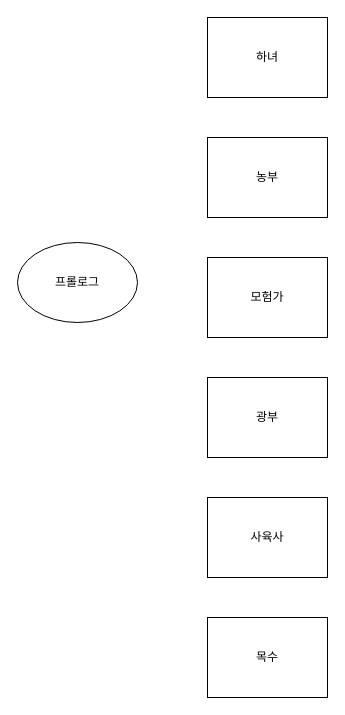
Earlier version of the draw.io diagram 스토리다이어그램.drawio (dlwlstjs/welcome-to-starting-village). Source tidied: cells renumbered, new cells numbered last; positions are measured from the earlier drawing's top-left corner, leaving out a move shared by most shapes. Both pictures are drawn from the tidied source at 100%, with x=0, y=0 at pixel (17, 17).
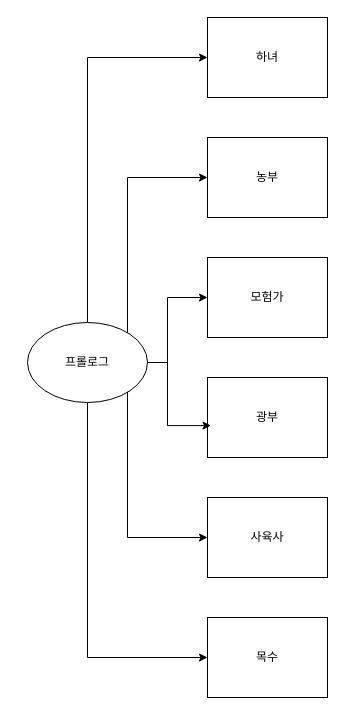
Above is the later version.

Commit message (it also covers changes not shown here):
스토리다이어그램.drawio 업데이트

The change refers to these unchanged cells:
```xml
<mxCell id="3" value="하녀" style="rounded=0;whiteSpace=wrap;html=1;" parent="1" vertex="1">
  <mxGeometry x="190" width="120" height="80" as="geometry" />
</mxCell>
<mxCell id="4" value="광부" style="rounded=0;whiteSpace=wrap;html=1;" parent="1" vertex="1">
  <mxGeometry x="190" y="360" width="120" height="80" as="geometry" />
</mxCell>
<mxCell id="5" value="농부" style="rounded=0;whiteSpace=wrap;html=1;" parent="1" vertex="1">
  <mxGeometry x="190" y="120" width="120" height="80" as="geometry" />
</mxCell>
<mxCell id="6" value="사육사" style="rounded=0;whiteSpace=wrap;html=1;" parent="1" vertex="1">
  <mxGeometry x="190" y="480" width="120" height="80" as="geometry" />
</mxCell>
<mxCell id="7" value="모험가" style="rounded=0;whiteSpace=wrap;html=1;" parent="1" vertex="1">
  <mxGeometry x="190" y="240" width="120" height="80" as="geometry" />
</mxCell>
<mxCell id="8" value="목수" style="rounded=0;whiteSpace=wrap;html=1;" parent="1" vertex="1">
  <mxGeometry x="190" y="600" width="120" height="80" as="geometry" />
</mxCell>
```

Diff of the diagram source:
```diff
@@
+    <mxCell id="9" style="edgeStyle=orthogonalEdgeStyle;rounded=0;jettySize=auto;html=1;entryX=0;entryY=0.5;entryDx=0;entryDy=0;" parent="1" edge="1" source="2" target="3">
+      <mxGeometry relative="1" as="geometry">
+        <Array as="points">
+          <mxPoint x="70.1" y="40.1" />
+        </Array>
+      </mxGeometry>
+    </mxCell>
+    <mxCell id="10" style="edgeStyle=orthogonalEdgeStyle;rounded=0;jettySize=auto;html=1;exitX=1;exitY=0;exitDx=0;exitDy=0;entryX=0;entryY=0.5;entryDx=0;entryDy=0;" parent="1" edge="1" source="2" target="5">
+      <mxGeometry relative="1" as="geometry">
+        <Array as="points">
+          <mxPoint x="110" y="316.7" />
+          <mxPoint x="110" y="160" />
+        </Array>
+      </mxGeometry>
+    </mxCell>
+    <mxCell id="11" style="edgeStyle=orthogonalEdgeStyle;rounded=0;jettySize=auto;html=1;entryX=0;entryY=0.5;entryDx=0;entryDy=0;" parent="1" edge="1" source="2" target="7">
+      <mxGeometry relative="1" as="geometry">
+        <Array as="points">
+          <mxPoint x="150" y="345" />
+          <mxPoint x="150" y="280" />
+        </Array>
+      </mxGeometry>
+    </mxCell>
+    <mxCell id="12" style="edgeStyle=orthogonalEdgeStyle;rounded=0;jettySize=auto;html=1;exitX=1;exitY=1;exitDx=0;exitDy=0;entryX=0;entryY=0.5;entryDx=0;entryDy=0;" parent="1" edge="1" source="2" target="6">
+      <mxGeometry relative="1" as="geometry">
+        <Array as="points">
+          <mxPoint x="110" y="373.3" />
+          <mxPoint x="110" y="520" />
+        </Array>
+      </mxGeometry>
+    </mxCell>
+    <mxCell id="13" style="edgeStyle=orthogonalEdgeStyle;rounded=0;jettySize=auto;html=1;entryX=0;entryY=0.5;entryDx=0;entryDy=0;" parent="1" edge="1" source="2" target="8">
+      <mxGeometry relative="1" as="geometry">
+        <Array as="points">
+          <mxPoint x="70" y="640" />
+        </Array>
+      </mxGeometry>
+    </mxCell>
     <mxCell id="2" value="프롤로그" style="ellipse;whiteSpace=wrap;html=1;shapeInside=1;" parent="1" vertex="1">
-      <mxGeometry y="225" width="120" height="80" as="geometry" />
+      <mxGeometry x="10" y="305" width="120" height="80" as="geometry" />
     </mxCell>
@@
+    <mxCell id="14" style="edgeStyle=orthogonalEdgeStyle;rounded=0;jettySize=auto;html=1;entryX=0.029;entryY=0.601;entryDx=0;entryDy=0;entryPerimeter=0;" parent="1" edge="1" source="2" target="4">
+      <mxGeometry relative="1" as="geometry">
+        <Array as="points">
+          <mxPoint x="150" y="345" />
+          <mxPoint x="150" y="408.1" />
+        </Array>
+      </mxGeometry>
+    </mxCell>
```
